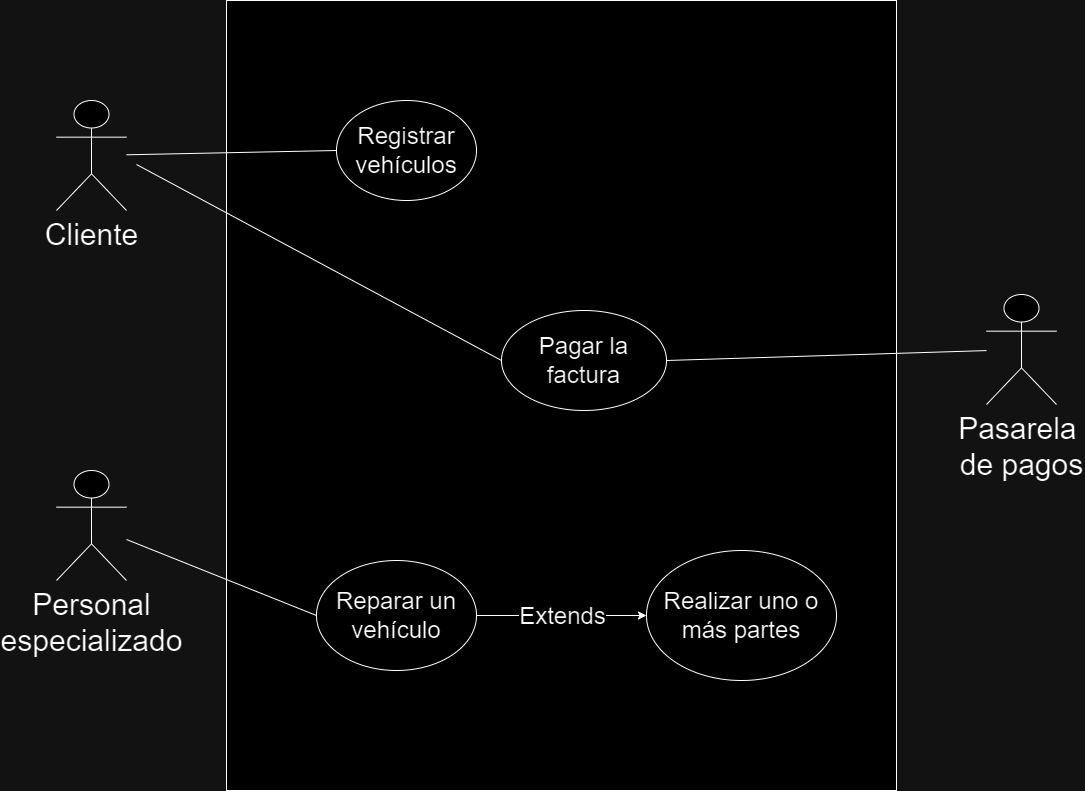
Above: public/ep02/use_case.png in Adriviciano/adriviciano.github.io (draw.io), before the change. Source tidied: cells renumbered, new cells last; positions are measured from the earlier drawing's top-left corner, leaving out a move shared by most shapes. Its diagram source:
```xml
<mxGraphModel>
  <root>
    <mxCell id="0" />
    <mxCell id="1" parent="0" />
    <mxCell id="2" style="rounded=0;whiteSpace=wrap;html=1;" parent="1" vertex="1">
      <mxGeometry x="170" width="670" height="790" as="geometry" />
    </mxCell>
    <mxCell id="3" value="Personal&lt;br&gt;especializado" style="shape=umlActor;verticalLabelPosition=bottom;verticalAlign=top;html=1;outlineConnect=0;fontSize=30;" parent="1" vertex="1">
      <mxGeometry y="470" width="70" height="110" as="geometry" />
    </mxCell>
    <mxCell id="4" value="Cliente" style="shape=umlActor;verticalLabelPosition=bottom;verticalAlign=top;html=1;outlineConnect=0;fontSize=30;" parent="1" vertex="1">
      <mxGeometry y="100" width="70" height="110" as="geometry" />
    </mxCell>
    <mxCell id="5" value="Pasarela&amp;nbsp;&lt;br&gt;de pagos" style="shape=umlActor;verticalLabelPosition=bottom;verticalAlign=top;html=1;outlineConnect=0;fontSize=30;" parent="1" vertex="1">
      <mxGeometry x="930" y="294" width="70" height="110" as="geometry" />
    </mxCell>
    <mxCell id="6" value="&lt;font style=&quot;font-size: 24px;&quot;&gt;Registrar vehículos&lt;/font&gt;" style="ellipse;whiteSpace=wrap;html=1;" parent="1" vertex="1">
      <mxGeometry x="280" y="100" width="140" height="100" as="geometry" />
    </mxCell>
    <mxCell id="7" value="&lt;font style=&quot;font-size: 24px;&quot;&gt;Reparar un vehículo&lt;/font&gt;" style="ellipse;whiteSpace=wrap;html=1;" parent="1" vertex="1">
      <mxGeometry x="260" y="560" width="160" height="110" as="geometry" />
    </mxCell>
    <mxCell id="8" value="&lt;font style=&quot;font-size: 24px;&quot;&gt;Realizar uno o más partes&lt;/font&gt;" style="ellipse;whiteSpace=wrap;html=1;" parent="1" vertex="1">
      <mxGeometry x="590" y="550" width="190" height="130" as="geometry" />
    </mxCell>
    <mxCell id="9" value="&lt;font style=&quot;font-size: 24px;&quot;&gt;Pagar la factura&lt;/font&gt;" style="ellipse;whiteSpace=wrap;html=1;" parent="1" vertex="1">
      <mxGeometry x="445" y="310" width="165" height="100" as="geometry" />
    </mxCell>
    <mxCell id="10" style="endArrow=none;html=1;rounded=0;entryX=0;entryY=0.5;entryDx=0;entryDy=0;" parent="1" edge="1" source="4" target="6">
      <mxGeometry relative="1" as="geometry" />
    </mxCell>
    <mxCell id="11" style="endArrow=none;html=1;rounded=0;entryX=0;entryY=0.5;entryDx=0;entryDy=0;" parent="1" edge="1" target="9">
      <mxGeometry relative="1" as="geometry">
        <mxPoint x="80" y="164" as="sourcePoint" />
      </mxGeometry>
    </mxCell>
    <mxCell id="12" style="endArrow=none;html=1;rounded=0;exitX=1;exitY=0.5;exitDx=0;exitDy=0;" parent="1" edge="1" source="9" target="5">
      <mxGeometry relative="1" as="geometry" />
    </mxCell>
    <mxCell id="13" style="endArrow=none;html=1;rounded=0;entryX=0;entryY=0.5;entryDx=0;entryDy=0;" parent="1" edge="1" source="3" target="7">
      <mxGeometry relative="1" as="geometry" />
    </mxCell>
    <mxCell id="14" style="endArrow=classic;html=1;rounded=0;exitX=1;exitY=0.5;exitDx=0;exitDy=0;entryX=0;entryY=0.5;entryDx=0;entryDy=0;" parent="1" edge="1" source="7" target="8">
      <mxGeometry relative="1" as="geometry" />
    </mxCell>
    <mxCell id="15" value="&lt;font style=&quot;font-size: 24px;&quot;&gt;Extends&lt;/font&gt;" style="edgeLabel;html=1;align=center;verticalAlign=middle;" parent="14" vertex="1">
      <mxGeometry relative="1" as="geometry" />
    </mxCell>
  </root>
</mxGraphModel>
```
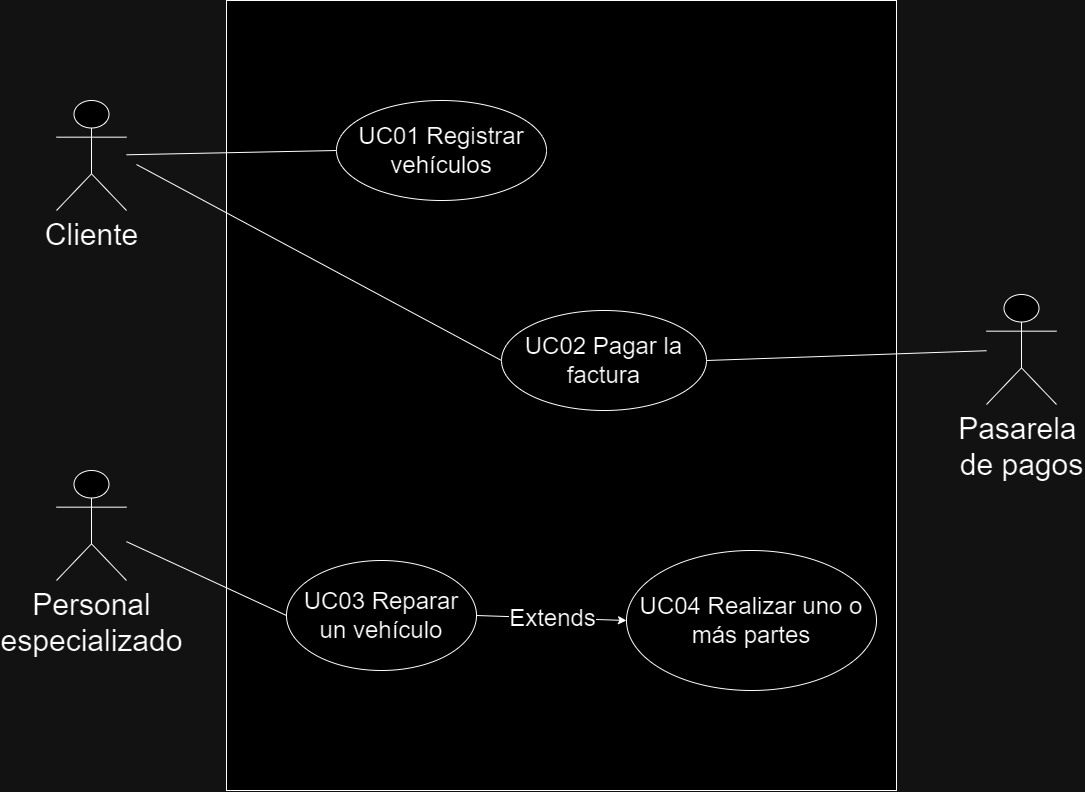
After the commit.

What changed in the source:
```diff
@@ -14,17 +14,17 @@
     <mxCell id="5" value="Pasarela&amp;nbsp;&lt;br&gt;de pagos" style="shape=umlActor;verticalLabelPosition=bottom;verticalAlign=top;html=1;outlineConnect=0;fontSize=30;" parent="1" vertex="1">
       <mxGeometry x="930" y="294" width="70" height="110" as="geometry" />
     </mxCell>
-    <mxCell id="6" value="&lt;font style=&quot;font-size: 24px;&quot;&gt;Registrar vehículos&lt;/font&gt;" style="ellipse;whiteSpace=wrap;html=1;" parent="1" vertex="1">
-      <mxGeometry x="280" y="100" width="140" height="100" as="geometry" />
+    <mxCell id="6" value="&lt;font style=&quot;font-size: 24px;&quot;&gt;UC01 Registrar vehículos&lt;/font&gt;" style="ellipse;whiteSpace=wrap;html=1;" parent="1" vertex="1">
+      <mxGeometry x="280" y="100" width="210" height="100" as="geometry" />
     </mxCell>
-    <mxCell id="7" value="&lt;font style=&quot;font-size: 24px;&quot;&gt;Reparar un vehículo&lt;/font&gt;" style="ellipse;whiteSpace=wrap;html=1;" parent="1" vertex="1">
-      <mxGeometry x="260" y="560" width="160" height="110" as="geometry" />
+    <mxCell id="7" value="&lt;font style=&quot;font-size: 24px;&quot;&gt;UC03 Reparar un vehículo&lt;/font&gt;" style="ellipse;whiteSpace=wrap;html=1;" parent="1" vertex="1">
+      <mxGeometry x="230" y="560" width="190" height="110" as="geometry" />
     </mxCell>
-    <mxCell id="8" value="&lt;font style=&quot;font-size: 24px;&quot;&gt;Realizar uno o más partes&lt;/font&gt;" style="ellipse;whiteSpace=wrap;html=1;" parent="1" vertex="1">
-      <mxGeometry x="590" y="550" width="190" height="130" as="geometry" />
+    <mxCell id="8" value="&lt;font style=&quot;font-size: 24px;&quot;&gt;UC04&amp;nbsp;Realizar uno o más partes&lt;/font&gt;" style="ellipse;whiteSpace=wrap;html=1;" parent="1" vertex="1">
+      <mxGeometry x="570" y="550" width="250" height="140" as="geometry" />
     </mxCell>
-    <mxCell id="9" value="&lt;font style=&quot;font-size: 24px;&quot;&gt;Pagar la factura&lt;/font&gt;" style="ellipse;whiteSpace=wrap;html=1;" parent="1" vertex="1">
-      <mxGeometry x="445" y="310" width="165" height="100" as="geometry" />
+    <mxCell id="9" value="&lt;font style=&quot;font-size: 24px;&quot;&gt;UC02 Pagar la factura&lt;/font&gt;" style="ellipse;whiteSpace=wrap;html=1;" parent="1" vertex="1">
+      <mxGeometry x="445" y="310" width="205" height="100" as="geometry" />
     </mxCell>
     <mxCell id="10" style="endArrow=none;html=1;rounded=0;entryX=0;entryY=0.5;entryDx=0;entryDy=0;" parent="1" edge="1" source="4" target="6">
       <mxGeometry relative="1" as="geometry" />
```
